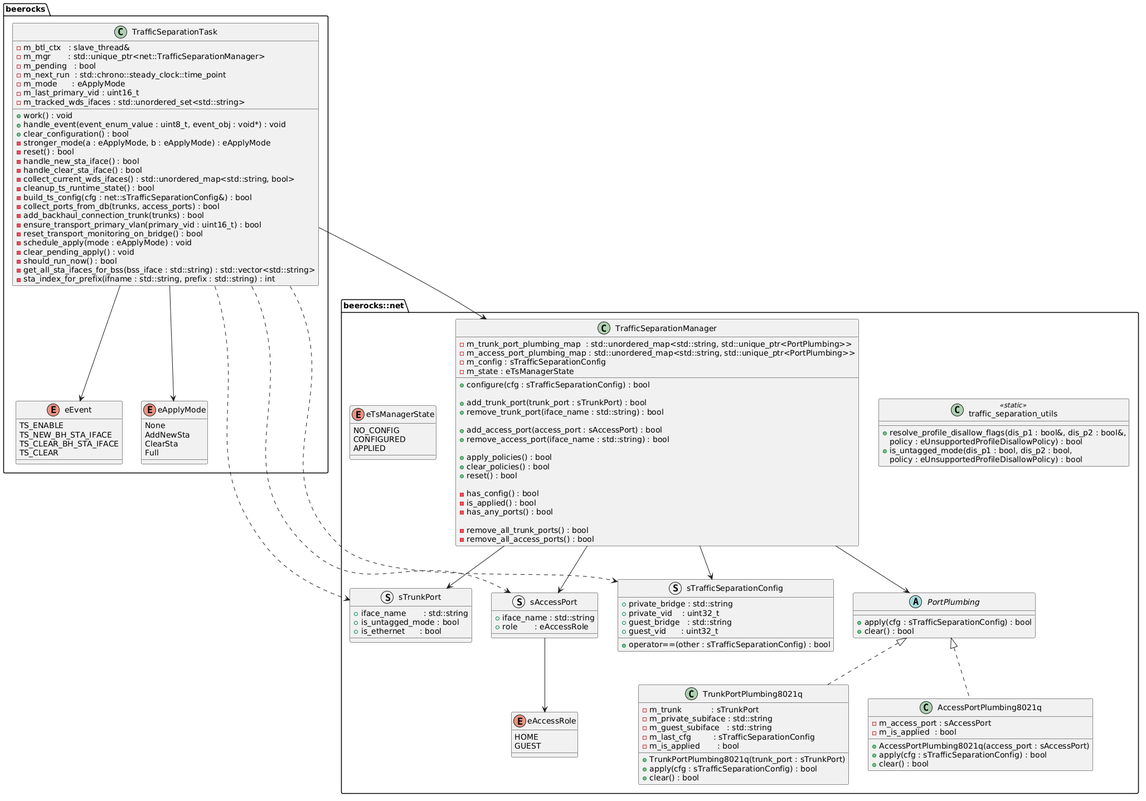
Above: documentation/images/plantuml/agent/traffic_separation/ts_ClassD.png in CodeLinaro-mirror/qsdk_oss_prpl-foundation_prplmesh_prplMesh (PlantUML), before the change.
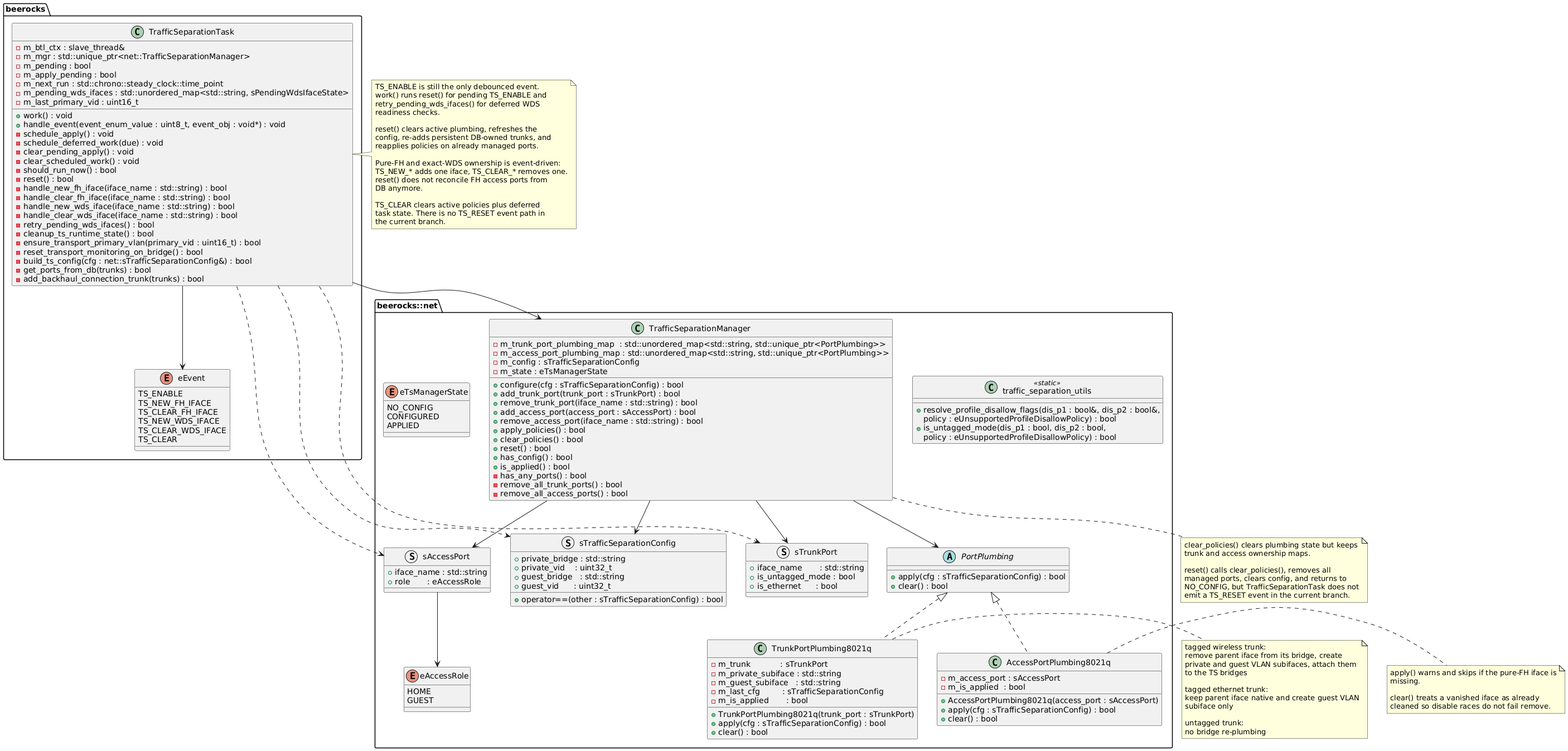
Later version of the same file.

Diff of the diagram source:
```diff
@@ -1,51 +1,45 @@
 @startuml
 package "beerocks" {
   class TrafficSeparationTask {
-    -m_btl_ctx   : slave_thread&
-    -m_mgr       : std::unique_ptr<net::TrafficSeparationManager>
-    -m_pending   : bool
-    -m_next_run  : std::chrono::steady_clock::time_point
-    -m_mode      : eApplyMode
+    -m_btl_ctx : slave_thread&
+    -m_mgr : std::unique_ptr<net::TrafficSeparationManager>
+    -m_pending : bool
+    -m_apply_pending : bool
+    -m_next_run : std::chrono::steady_clock::time_point
+    -m_pending_wds_ifaces : std::unordered_map<std::string, sPendingWdsIfaceState>
     -m_last_primary_vid : uint16_t
-    -m_tracked_wds_ifaces : std::unordered_set<std::string>
     +work() : void
     +handle_event(event_enum_value : uint8_t, event_obj : void*) : void
-    +clear_configuration() : bool
-    -stronger_mode(a : eApplyMode, b : eApplyMode) : eApplyMode
+    -schedule_apply() : void
+    -schedule_deferred_work(due) : void
+    -clear_pending_apply() : void
+    -clear_scheduled_work() : void
+    -should_run_now() : bool
     -reset() : bool
-    -handle_new_sta_iface() : bool
-    -handle_clear_sta_iface() : bool
-    -collect_current_wds_ifaces() : std::unordered_map<std::string, bool>
+    -handle_new_fh_iface(iface_name : std::string) : bool
+    -handle_clear_fh_iface(iface_name : std::string) : bool
+    -handle_new_wds_iface(iface_name : std::string) : bool
+    -handle_clear_wds_iface(iface_name : std::string) : bool
+    -retry_pending_wds_ifaces() : bool
     -cleanup_ts_runtime_state() : bool
-    -build_ts_config(cfg : net::sTrafficSeparationConfig&) : bool
-    -collect_ports_from_db(trunks, access_ports) : bool
-    -add_backhaul_connection_trunk(trunks) : bool
     -ensure_transport_primary_vlan(primary_vid : uint16_t) : bool
     -reset_transport_monitoring_on_bridge() : bool
-    -schedule_apply(mode : eApplyMode) : void
-    -clear_pending_apply() : void
-    -should_run_now() : bool
-    -get_all_sta_ifaces_for_bss(bss_iface : std::string) : std::vector<std::string>
-    -sta_index_for_prefix(ifname : std::string, prefix : std::string) : int
+    -build_ts_config(cfg : net::sTrafficSeparationConfig&) : bool
+    -get_ports_from_db(trunks) : bool
+    -add_backhaul_connection_trunk(trunks) : bool
   }
 
   enum eEvent {
     TS_ENABLE
-    TS_NEW_BH_STA_IFACE
-    TS_CLEAR_BH_STA_IFACE
+    TS_NEW_FH_IFACE
+    TS_CLEAR_FH_IFACE
+    TS_NEW_WDS_IFACE
+    TS_CLEAR_WDS_IFACE
     TS_CLEAR
-  }
-
-  enum eApplyMode {
-    None
-    AddNewSta
-    ClearSta
-    Full
   }
 }
 
 package "beerocks::net" {
-
   struct sTrafficSeparationConfig {
     +private_bridge : std::string
     +private_vid    : uint32_t
@@ -105,23 +99,17 @@
     -m_access_port_plumbing_map : std::unordered_map<std::string, std::unique_ptr<PortPlumbing>>
     -m_config : sTrafficSeparationConfig
     -m_state : eTsManagerState
-
     +configure(cfg : sTrafficSeparationConfig) : bool
-
     +add_trunk_port(trunk_port : sTrunkPort) : bool
     +remove_trunk_port(iface_name : std::string) : bool
-
     +add_access_port(access_port : sAccessPort) : bool
     +remove_access_port(iface_name : std::string) : bool
-
     +apply_policies() : bool
     +clear_policies() : bool
     +reset() : bool
-
-    -has_config() : bool
-    -is_applied() : bool
+    +has_config() : bool
+    +is_applied() : bool
     -has_any_ports() : bool
-
     -remove_all_trunk_ports() : bool
     -remove_all_access_ports() : bool
   }
@@ -136,7 +124,6 @@
 
 sAccessPort --> eAccessRole
 TrafficSeparationTask --> eEvent
-TrafficSeparationTask --> eApplyMode
 TrafficSeparationTask --> TrafficSeparationManager
 TrafficSeparationTask ..> sTrafficSeparationConfig
 TrafficSeparationTask ..> sTrunkPort
@@ -149,4 +136,56 @@
 TrafficSeparationManager --> sTrunkPort
 TrafficSeparationManager --> sAccessPort
 TrafficSeparationManager --> sTrafficSeparationConfig
+
+note right of TrafficSeparationTask
+  TS_ENABLE is still the only debounced event.
+  work() runs reset() for pending TS_ENABLE and
+  retry_pending_wds_ifaces() for deferred WDS
+  readiness checks.
+
+  reset() clears active plumbing, refreshes the
+  config, re-adds persistent DB-owned trunks, and
+  reapplies policies on already managed ports.
+
+  Pure-FH and exact-WDS ownership is event-driven:
+  TS_NEW_* adds one iface, TS_CLEAR_* removes one.
+  reset() does not reconcile FH access ports from
+  DB anymore.
+
+  TS_CLEAR clears active policies plus deferred
+  task state. There is no TS_RESET event path in
+  the current branch.
+end note
+
+note right of TrunkPortPlumbing8021q
+  tagged wireless trunk:
+  remove parent iface from its bridge, create
+  private and guest VLAN subifaces, attach them
+  to the TS bridges
+
+  tagged ethernet trunk:
+  keep parent iface native and create guest VLAN
+  subiface only
+
+  untagged trunk:
+  no bridge re-plumbing
+end note
+
+note right of AccessPortPlumbing8021q
+  apply() warns and skips if the pure-FH iface is
+  missing.
+
+  clear() treats a vanished iface as already
+  cleaned so disable races do not fail remove.
+end note
+
+note bottom of TrafficSeparationManager
+  clear_policies() clears plumbing state but keeps
+  trunk and access ownership maps.
+
+  reset() calls clear_policies(), removes all
+  managed ports, clears config, and returns to
+  NO_CONFIG, but TrafficSeparationTask does not
+  emit a TS_RESET event in the current branch.
+end note
 @enduml
```
